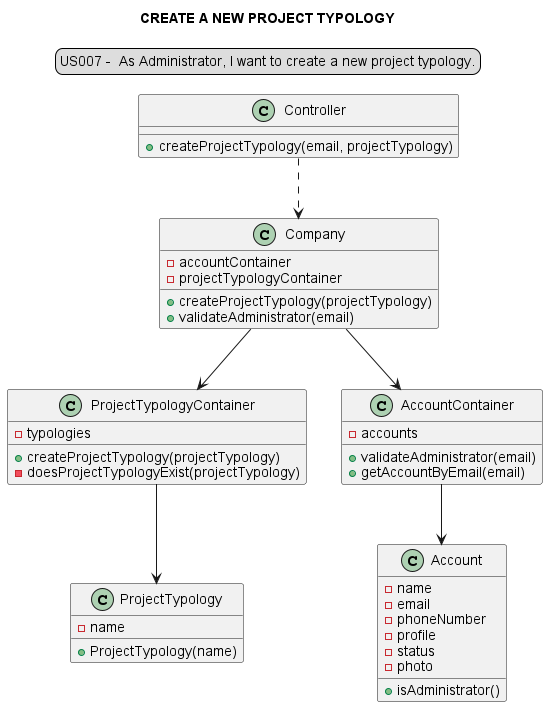
Earlier version of the PlantUML export docs/modelling_design/user_stories/sprint02/us007/US007_classDiagram-CREATE_A_NEW_PROJECT_TYPOLOGY.png (Loracline/project_switch_22-23).
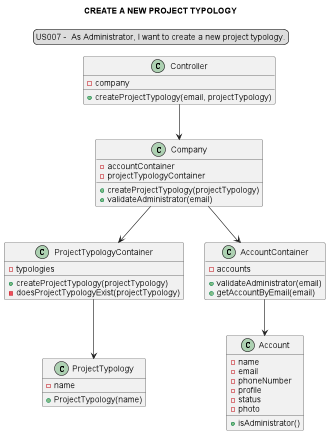
After the commit.

Commit message:
US007: Design: image replacement US007_classDiagram, US007_sequenceDiagram

What changed in the source:
```diff
@@ -6,13 +6,14 @@
 skinparam sequenceMessageAlign center
 title CREATE A NEW PROJECT TYPOLOGY
 
-"Controller" ..> "Company"
+"Controller" --> "Company"
 "Company" --> "ProjectTypologyContainer"
 "Company" --> "AccountContainer"
 "ProjectTypologyContainer" --> "ProjectTypology"
 "AccountContainer" --> "Account"
 
 class "Controller" {
+- company
 +createProjectTypology(email, projectTypology)
 }
 class "Company" {
```
